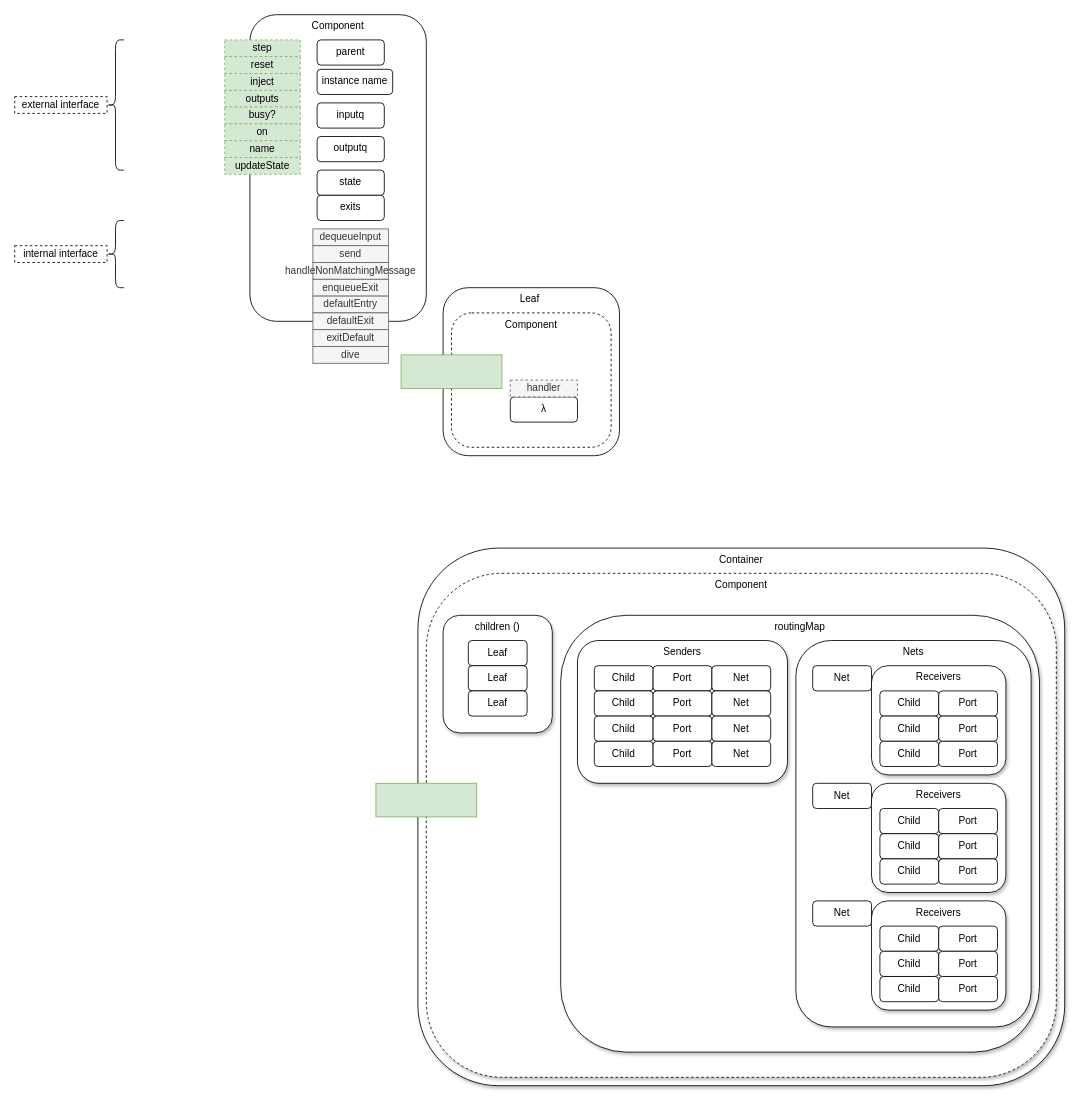
Before: page "Component" (2 of 6) of hsm.drawio in guitarvydas/hsm, a draw.io diagram. Source tidied: cells renumbered, new cells numbered last; positions are measured from the earlier drawing's top-left corner, leaving out a move shared by most shapes. Both pictures are drawn from the tidied source at 84%, with x=0, y=0 at pixel (14, 14).
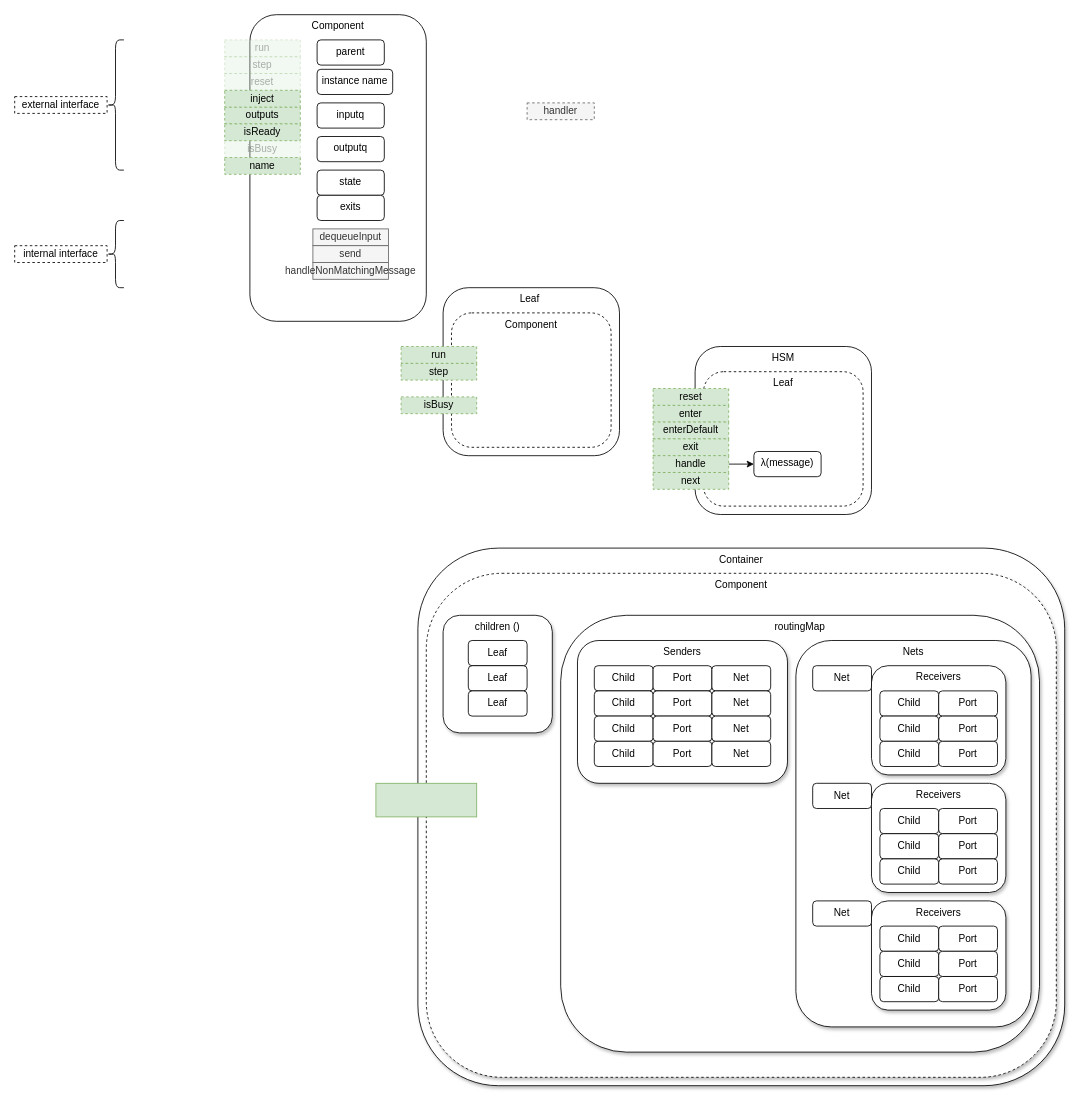
After the change.

Change to the diagram source:
```diff
@@
+    <mxCell id="80" value="HSM" style="rounded=1;whiteSpace=wrap;html=1;verticalAlign=top;" parent="1" vertex="1">
+      <mxGeometry x="810" y="395" width="210" height="200" as="geometry" />
+    </mxCell>
+    <mxCell id="81" value="Leaf" style="rounded=1;whiteSpace=wrap;html=1;verticalAlign=top;dashed=1;" parent="1" vertex="1">
+      <mxGeometry x="820" y="425" width="190" height="160" as="geometry" />
+    </mxCell>
@@
-    <mxCell id="52" value="step" style="rounded=0;whiteSpace=wrap;html=1;dashed=1;fillColor=#d5e8d4;strokeColor=#82b366;" parent="1" vertex="1">
-      <mxGeometry x="250" y="30" width="90" height="20" as="geometry" />
+    <mxCell id="52" value="step" style="rounded=0;whiteSpace=wrap;html=1;dashed=1;fillColor=#d5e8d4;strokeColor=#82b366;opacity=30;textOpacity=30;" parent="1" vertex="1">
+      <mxGeometry x="250" y="50" width="90" height="20" as="geometry" />
     </mxCell>
-    <mxCell id="53" value="reset" style="rounded=0;whiteSpace=wrap;html=1;dashed=1;fillColor=#d5e8d4;strokeColor=#82b366;" parent="1" vertex="1">
-      <mxGeometry x="250" y="50" width="90" height="20" as="geometry" />
+    <mxCell id="53" value="reset" style="rounded=0;whiteSpace=wrap;html=1;dashed=1;fillColor=#d5e8d4;strokeColor=#82b366;opacity=30;textOpacity=30;" parent="1" vertex="1">
+      <mxGeometry x="250" y="70" width="90" height="20" as="geometry" />
     </mxCell>
     <mxCell id="54" value="outputs" style="rounded=0;whiteSpace=wrap;html=1;dashed=1;fillColor=#d5e8d4;strokeColor=#82b366;" parent="1" vertex="1">
-      <mxGeometry x="250" y="90" width="90" height="20" as="geometry" />
+      <mxGeometry x="250" y="110" width="90" height="20" as="geometry" />
     </mxCell>
     <mxCell id="55" value="inject" style="rounded=0;whiteSpace=wrap;html=1;dashed=1;fillColor=#d5e8d4;strokeColor=#82b366;" parent="1" vertex="1">
-      <mxGeometry x="250" y="70" width="90" height="20" as="geometry" />
+      <mxGeometry x="250" y="90" width="90" height="20" as="geometry" />
     </mxCell>
@@
-    <mxCell id="58" value="λ" style="rounded=1;whiteSpace=wrap;html=1;verticalAlign=top;" parent="1" vertex="1">
-      <mxGeometry x="590" y="455" width="80" height="30" as="geometry" />
+    <mxCell id="58" value="λ(message)" style="rounded=1;whiteSpace=wrap;html=1;verticalAlign=top;" parent="1" vertex="1">
+      <mxGeometry x="880" y="520" width="80" height="30" as="geometry" />
     </mxCell>
-    <mxCell id="59" value="busy?" style="rounded=0;whiteSpace=wrap;html=1;dashed=1;fillColor=#d5e8d4;strokeColor=#82b366;" parent="1" vertex="1">
-      <mxGeometry x="250" y="110" width="90" height="20" as="geometry" />
+    <mxCell id="59" value="isReady" style="rounded=0;whiteSpace=wrap;html=1;dashed=1;fillColor=#d5e8d4;strokeColor=#82b366;" parent="1" vertex="1">
+      <mxGeometry x="250" y="130" width="90" height="20" as="geometry" />
     </mxCell>
@@
-    <mxCell id="62" value="on" style="rounded=0;whiteSpace=wrap;html=1;dashed=1;fillColor=#d5e8d4;strokeColor=#82b366;" parent="1" vertex="1">
-      <mxGeometry x="250" y="130" width="90" height="20" as="geometry" />
-    </mxCell>
     <mxCell id="63" value="name" style="rounded=0;whiteSpace=wrap;html=1;dashed=1;fillColor=#d5e8d4;strokeColor=#82b366;" parent="1" vertex="1">
-      <mxGeometry x="250" y="150" width="90" height="20" as="geometry" />
+      <mxGeometry x="250" y="170" width="90" height="20" as="geometry" />
     </mxCell>
-    <mxCell id="64" style="rounded=0;whiteSpace=wrap;html=1;shadow=0;fillColor=#d5e8d4;strokeColor=#82b366;" parent="1" vertex="1">
-      <mxGeometry x="460" y="405" width="120" height="40" as="geometry" />
-    </mxCell>
@@
     <mxCell id="69" value="handler" style="rounded=0;whiteSpace=wrap;html=1;dashed=1;fillColor=#f5f5f5;strokeColor=#666666;fontColor=#333333;" parent="1" vertex="1">
-      <mxGeometry x="590" y="435" width="80" height="20" as="geometry" />
+      <mxGeometry x="610" y="105" width="80" height="20" as="geometry" />
     </mxCell>
-    <mxCell id="70" value="updateState" style="rounded=0;whiteSpace=wrap;html=1;dashed=1;fillColor=#d5e8d4;strokeColor=#82b366;" parent="1" vertex="1">
-      <mxGeometry x="250" y="170" width="90" height="20" as="geometry" />
-    </mxCell>
@@
-    <mxCell id="75" value="enqueueExit" style="rounded=0;whiteSpace=wrap;html=1;fillColor=#f5f5f5;strokeColor=#666666;fontColor=#333333;" parent="1" vertex="1">
-      <mxGeometry x="355" y="315" width="90" height="20" as="geometry" />
-    </mxCell>
-    <mxCell id="76" value="defaultEntry" style="rounded=0;whiteSpace=wrap;html=1;fillColor=#f5f5f5;strokeColor=#666666;fontColor=#333333;" parent="1" vertex="1">
-      <mxGeometry x="355" y="335" width="90" height="20" as="geometry" />
-    </mxCell>
-    <mxCell id="77" value="defaultExit" style="rounded=0;whiteSpace=wrap;html=1;fillColor=#f5f5f5;strokeColor=#666666;fontColor=#333333;" parent="1" vertex="1">
-      <mxGeometry x="355" y="355" width="90" height="20" as="geometry" />
-    </mxCell>
-    <mxCell id="78" value="exitDefault" style="rounded=0;whiteSpace=wrap;html=1;fillColor=#f5f5f5;strokeColor=#666666;fontColor=#333333;" parent="1" vertex="1">
-      <mxGeometry x="355" y="375" width="90" height="20" as="geometry" />
-    </mxCell>
-    <mxCell id="79" value="dive" style="rounded=0;whiteSpace=wrap;html=1;fillColor=#f5f5f5;strokeColor=#666666;fontColor=#333333;" parent="1" vertex="1">
-      <mxGeometry x="355" y="395" width="90" height="20" as="geometry" />
-    </mxCell>
+    <mxCell id="82" value="run" style="rounded=0;whiteSpace=wrap;html=1;dashed=1;fillColor=#d5e8d4;strokeColor=#82b366;opacity=30;textOpacity=30;" parent="1" vertex="1">
+      <mxGeometry x="250" y="30" width="90" height="20" as="geometry" />
+    </mxCell>
+    <mxCell id="83" value="isBusy" style="rounded=0;whiteSpace=wrap;html=1;dashed=1;fillColor=#d5e8d4;strokeColor=#82b366;opacity=30;textOpacity=30;" parent="1" vertex="1">
+      <mxGeometry x="250" y="150" width="90" height="20" as="geometry" />
+    </mxCell>
+    <mxCell id="84" value="step" style="rounded=0;whiteSpace=wrap;html=1;dashed=1;fillColor=#d5e8d4;strokeColor=#82b366;" parent="1" vertex="1">
+      <mxGeometry x="460" y="415" width="90" height="20" as="geometry" />
+    </mxCell>
+    <mxCell id="85" value="run" style="rounded=0;whiteSpace=wrap;html=1;dashed=1;fillColor=#d5e8d4;strokeColor=#82b366;" parent="1" vertex="1">
+      <mxGeometry x="460" y="395" width="90" height="20" as="geometry" />
+    </mxCell>
+    <mxCell id="86" value="isBusy" style="rounded=0;whiteSpace=wrap;html=1;dashed=1;fillColor=#d5e8d4;strokeColor=#82b366;" parent="1" vertex="1">
+      <mxGeometry x="460" y="455" width="90" height="20" as="geometry" />
+    </mxCell>
+    <mxCell id="87" value="enter" style="rounded=0;whiteSpace=wrap;html=1;dashed=1;fillColor=#d5e8d4;strokeColor=#82b366;" parent="1" vertex="1">
+      <mxGeometry x="760" y="465" width="90" height="20" as="geometry" />
+    </mxCell>
+    <mxCell id="88" value="reset" style="rounded=0;whiteSpace=wrap;html=1;dashed=1;fillColor=#d5e8d4;strokeColor=#82b366;" parent="1" vertex="1">
+      <mxGeometry x="760" y="445" width="90" height="20" as="geometry" />
+    </mxCell>
+    <mxCell id="89" value="enterDefault" style="rounded=0;whiteSpace=wrap;html=1;dashed=1;fillColor=#d5e8d4;strokeColor=#82b366;" parent="1" vertex="1">
+      <mxGeometry x="760" y="485" width="90" height="20" as="geometry" />
+    </mxCell>
+    <mxCell id="90" value="exit" style="rounded=0;whiteSpace=wrap;html=1;dashed=1;fillColor=#d5e8d4;strokeColor=#82b366;" parent="1" vertex="1">
+      <mxGeometry x="760" y="505" width="90" height="20" as="geometry" />
+    </mxCell>
+    <mxCell id="91" style="edgeStyle=orthogonalEdgeStyle;rounded=0;jettySize=auto;html=1;exitX=1;exitY=0.5;exitDx=0;exitDy=0;entryX=0;entryY=0.5;entryDx=0;entryDy=0;" parent="1" edge="1" source="92" target="58">
+      <mxGeometry relative="1" as="geometry" />
+    </mxCell>
+    <mxCell id="92" value="handle" style="rounded=0;whiteSpace=wrap;html=1;dashed=1;fillColor=#d5e8d4;strokeColor=#82b366;" parent="1" vertex="1">
+      <mxGeometry x="760" y="525" width="90" height="20" as="geometry" />
+    </mxCell>
+    <mxCell id="93" value="next" style="rounded=0;whiteSpace=wrap;html=1;dashed=1;fillColor=#d5e8d4;strokeColor=#82b366;" parent="1" vertex="1">
+      <mxGeometry x="760" y="545" width="90" height="20" as="geometry" />
+    </mxCell>
```
